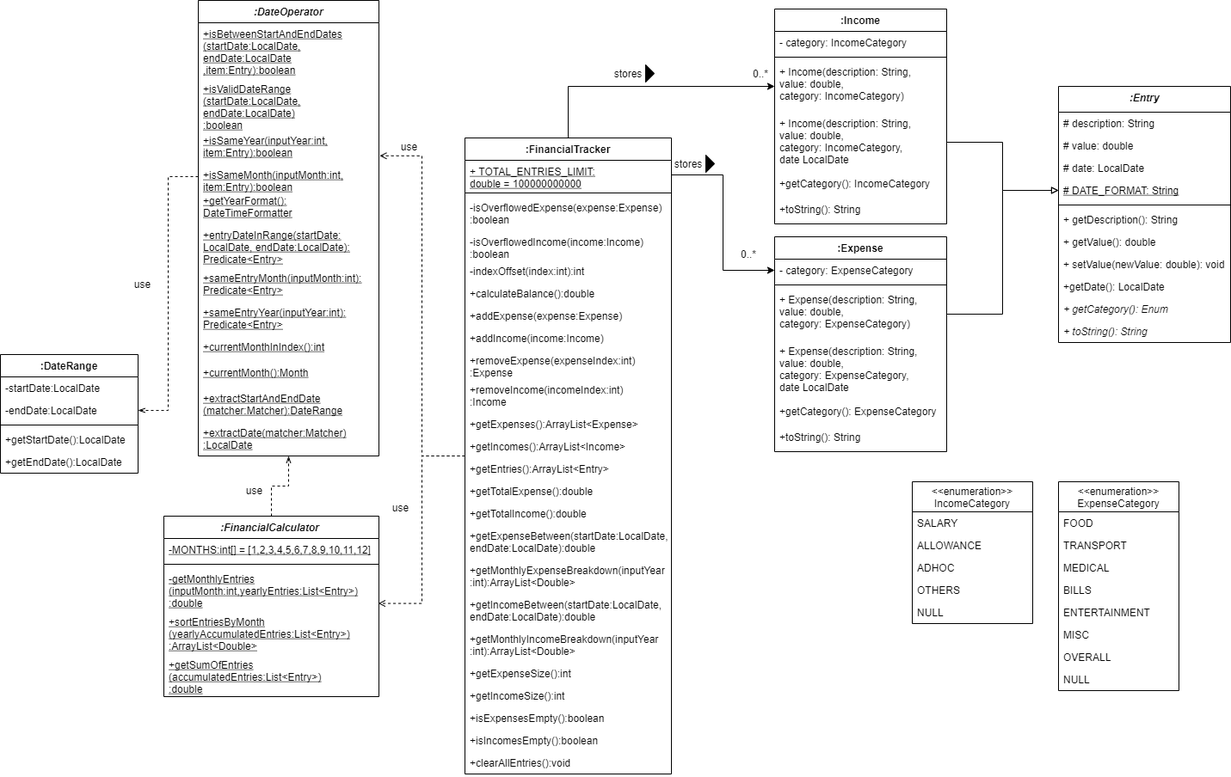
This is docs/FinancialTrackerCD.drawio.png from nus-cs2113-AY2122S1/tp, a draw.io export, as it was before one commit. Source tidied: cells renumbered, new cells last; positions are measured from the earlier drawing's top-left corner, leaving out a move shared by most shapes.
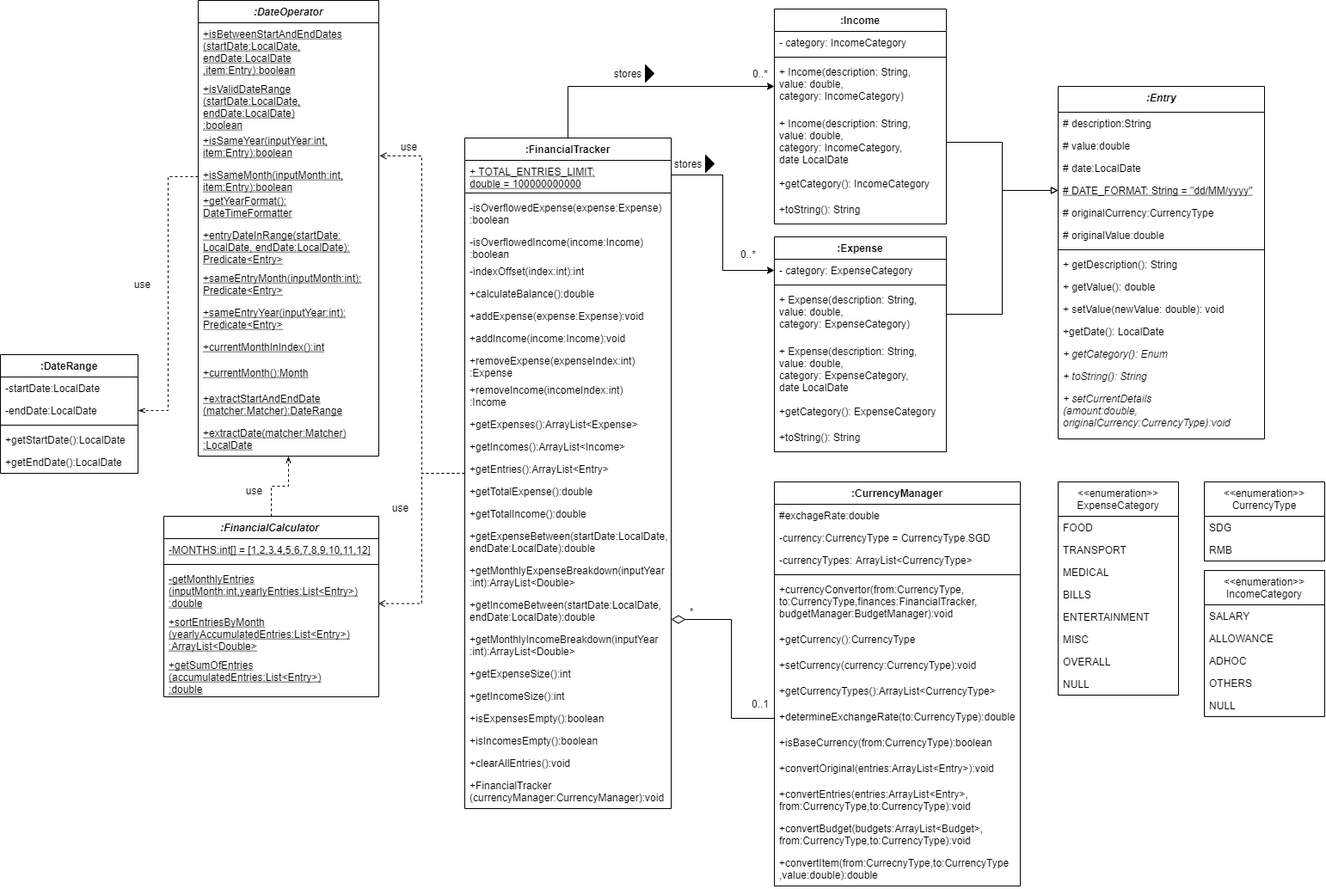
Later version of the same file.

What changed in the source:
```diff
@@ -14,3 +14,3 @@
     <mxCell id="5" value=":FinancialTracker" style="swimlane;fontStyle=1;align=center;verticalAlign=top;horizontal=1;startSize=26;fontColor=none;" parent="1" vertex="1">
-      <mxGeometry x="540" y="160" width="240" height="740" as="geometry" />
+      <mxGeometry x="540" y="160" width="240" height="780" as="geometry" />
     </mxCell>
@@ -34,6 +34,6 @@
     </mxCell>
-    <mxCell id="12" value="+addExpense(expense:Expense)" style="text;strokeColor=none;fillColor=none;align=left;verticalAlign=top;spacingLeft=4;spacingRight=4;overflow=hidden;fontColor=none;" parent="5" vertex="1">
+    <mxCell id="12" value="+addExpense(expense:Expense):void" style="text;strokeColor=none;fillColor=none;align=left;verticalAlign=top;spacingLeft=4;spacingRight=4;overflow=hidden;fontColor=none;" parent="5" vertex="1">
       <mxGeometry y="194" width="240" height="26" as="geometry" />
     </mxCell>
-    <mxCell id="13" value="+addIncome(income:Income)" style="text;strokeColor=none;fillColor=none;align=left;verticalAlign=top;spacingLeft=4;spacingRight=4;overflow=hidden;fontColor=none;" parent="5" vertex="1">
+    <mxCell id="13" value="+addIncome(income:Income):void" style="text;strokeColor=none;fillColor=none;align=left;verticalAlign=top;spacingLeft=4;spacingRight=4;overflow=hidden;fontColor=none;" parent="5" vertex="1">
       <mxGeometry y="220" width="240" height="26" as="geometry" />
@@ -88,2 +88,5 @@
     </mxCell>
+    <mxCell id="111" value="+FinancialTracker&#10;(currencyManager:CurrencyManager):void" style="text;strokeColor=none;fillColor=none;align=left;verticalAlign=top;spacingLeft=4;spacingRight=4;overflow=hidden;fontColor=none;" parent="5" vertex="1">
+      <mxGeometry y="740" width="240" height="40" as="geometry" />
+    </mxCell>
     <mxCell id="30" value=":Expense" style="swimlane;fontStyle=1;align=center;verticalAlign=top;horizontal=1;startSize=26;fontColor=none;" parent="1" vertex="1">
@@ -110,37 +113,46 @@
     <mxCell id="37" value=":Entry" style="swimlane;fontStyle=3;align=center;verticalAlign=top;horizontal=1;startSize=30;fontColor=#000000;" parent="1" vertex="1">
-      <mxGeometry x="1230" y="100" width="200" height="298" as="geometry" />
+      <mxGeometry x="1230" y="100" width="240" height="410" as="geometry" />
     </mxCell>
-    <mxCell id="38" value="# description: String" style="text;strokeColor=none;fillColor=none;align=left;verticalAlign=top;spacingLeft=4;spacingRight=4;overflow=hidden;fontColor=none;" parent="37" vertex="1">
-      <mxGeometry y="30" width="200" height="26" as="geometry" />
+    <mxCell id="38" value="# description:String" style="text;strokeColor=none;fillColor=none;align=left;verticalAlign=top;spacingLeft=4;spacingRight=4;overflow=hidden;fontColor=none;" parent="37" vertex="1">
+      <mxGeometry y="30" width="240" height="26" as="geometry" />
     </mxCell>
-    <mxCell id="39" value="# value: double" style="text;strokeColor=none;fillColor=none;align=left;verticalAlign=top;spacingLeft=4;spacingRight=4;overflow=hidden;fontColor=none;" parent="37" vertex="1">
-      <mxGeometry y="56" width="200" height="26" as="geometry" />
+    <mxCell id="39" value="# value:double" style="text;strokeColor=none;fillColor=none;align=left;verticalAlign=top;spacingLeft=4;spacingRight=4;overflow=hidden;fontColor=none;" parent="37" vertex="1">
+      <mxGeometry y="56" width="240" height="26" as="geometry" />
     </mxCell>
-    <mxCell id="40" value="# date: LocalDate" style="text;strokeColor=none;fillColor=none;align=left;verticalAlign=top;spacingLeft=4;spacingRight=4;overflow=hidden;fontColor=none;" parent="37" vertex="1">
-      <mxGeometry y="82" width="200" height="26" as="geometry" />
+    <mxCell id="40" value="# date:LocalDate" style="text;strokeColor=none;fillColor=none;align=left;verticalAlign=top;spacingLeft=4;spacingRight=4;overflow=hidden;fontColor=none;" parent="37" vertex="1">
+      <mxGeometry y="82" width="240" height="26" as="geometry" />
     </mxCell>
-    <mxCell id="41" value="# DATE_FORMAT: String" style="text;strokeColor=none;fillColor=none;align=left;verticalAlign=top;spacingLeft=4;spacingRight=4;overflow=hidden;points=[[0,0.5],[1,0.5]];portConstraint=eastwest;fontColor=none;fontStyle=4;" parent="37" vertex="1">
-      <mxGeometry y="108" width="200" height="26" as="geometry" />
+    <mxCell id="41" value="# DATE_FORMAT: String = &quot;dd/MM/yyyy&quot;" style="text;strokeColor=none;fillColor=none;align=left;verticalAlign=top;spacingLeft=4;spacingRight=4;overflow=hidden;points=[[0,0.5],[1,0.5]];portConstraint=eastwest;fontColor=none;fontStyle=4;" parent="37" vertex="1">
+      <mxGeometry y="108" width="240" height="26" as="geometry" />
     </mxCell>
+    <mxCell id="112" value="# originalCurrency:CurrencyType" style="text;strokeColor=none;fillColor=none;align=left;verticalAlign=top;spacingLeft=4;spacingRight=4;overflow=hidden;fontColor=none;fontStyle=0;" parent="37" vertex="1">
+      <mxGeometry y="134" width="240" height="26" as="geometry" />
+    </mxCell>
+    <mxCell id="113" value="# originalValue:double" style="text;strokeColor=none;fillColor=none;align=left;verticalAlign=top;spacingLeft=4;spacingRight=4;overflow=hidden;fontColor=none;fontStyle=0;" parent="37" vertex="1">
+      <mxGeometry y="160" width="240" height="26" as="geometry" />
+    </mxCell>
     <mxCell id="42" style="line;strokeWidth=1;fillColor=none;align=left;verticalAlign=middle;spacingTop=-1;spacingLeft=3;spacingRight=3;labelPosition=right;fontColor=none;" parent="37" vertex="1">
-      <mxGeometry y="134" width="200" height="8" as="geometry" />
+      <mxGeometry y="186" width="240" height="8" as="geometry" />
     </mxCell>
     <mxCell id="43" value="+ getDescription(): String" style="text;strokeColor=none;fillColor=none;align=left;verticalAlign=top;spacingLeft=4;spacingRight=4;overflow=hidden;fontColor=none;" parent="37" vertex="1">
-      <mxGeometry y="142" width="200" height="26" as="geometry" />
+      <mxGeometry y="194" width="240" height="26" as="geometry" />
     </mxCell>
     <mxCell id="44" value="+ getValue(): double" style="text;strokeColor=none;fillColor=none;align=left;verticalAlign=top;spacingLeft=4;spacingRight=4;overflow=hidden;fontColor=none;" parent="37" vertex="1">
-      <mxGeometry y="168" width="200" height="26" as="geometry" />
+      <mxGeometry y="220" width="240" height="26" as="geometry" />
     </mxCell>
     <mxCell id="45" value="+ setValue(newValue: double): void" style="text;strokeColor=none;fillColor=none;align=left;verticalAlign=top;spacingLeft=4;spacingRight=4;overflow=hidden;fontColor=none;" parent="37" vertex="1">
-      <mxGeometry y="194" width="200" height="26" as="geometry" />
+      <mxGeometry y="246" width="240" height="26" as="geometry" />
     </mxCell>
     <mxCell id="46" value="+getDate(): LocalDate" style="text;strokeColor=none;fillColor=none;align=left;verticalAlign=top;spacingLeft=4;spacingRight=4;overflow=hidden;fontColor=none;" parent="37" vertex="1">
-      <mxGeometry y="220" width="200" height="26" as="geometry" />
+      <mxGeometry y="272" width="240" height="26" as="geometry" />
     </mxCell>
     <mxCell id="47" value="+ getCategory(): Enum" style="text;strokeColor=none;fillColor=none;align=left;verticalAlign=top;spacingLeft=4;spacingRight=4;overflow=hidden;fontColor=none;fontStyle=2;" parent="37" vertex="1">
-      <mxGeometry y="246" width="200" height="26" as="geometry" />
+      <mxGeometry y="298" width="240" height="26" as="geometry" />
     </mxCell>
     <mxCell id="48" value="+ toString(): String" style="text;strokeColor=none;fillColor=none;align=left;verticalAlign=top;spacingLeft=4;spacingRight=4;overflow=hidden;fontColor=none;fontStyle=2;" parent="37" vertex="1">
-      <mxGeometry y="272" width="200" height="26" as="geometry" />
+      <mxGeometry y="324" width="240" height="26" as="geometry" />
     </mxCell>
+    <mxCell id="114" value="+ setCurrentDetails&#10;(amount:double,&#10;originalCurrency:CurrencyType):void" style="text;strokeColor=none;fillColor=none;align=left;verticalAlign=top;spacingLeft=4;spacingRight=4;overflow=hidden;fontColor=none;fontStyle=2;" parent="37" vertex="1">
+      <mxGeometry y="350" width="240" height="60" as="geometry" />
+    </mxCell>
     <mxCell id="49" style="edgeStyle=orthogonalEdgeStyle;rounded=0;jettySize=auto;html=1;entryX=0;entryY=0.5;entryDx=0;entryDy=0;fontColor=none;endArrow=classic;endFill=1;" parent="1" edge="1" source="6" target="31">
@@ -148,46 +160,46 @@
     </mxCell>
-    <mxCell id="50" value="&lt;&lt;enumeration&gt;&gt;&#10;ExpenseCategory" style="swimlane;fontStyle=0;horizontal=1;startSize=35;fillColor=none;fontColor=none;" parent="1" vertex="1">
-      <mxGeometry x="1230" y="560" width="140" height="243" as="geometry" />
+    <mxCell id="50" value="&lt;&lt;enumeration&gt;&gt;&#10;ExpenseCategory" style="swimlane;fontStyle=0;horizontal=1;startSize=40;fillColor=none;fontColor=none;" parent="1" vertex="1">
+      <mxGeometry x="1230" y="560" width="140" height="248" as="geometry" />
     </mxCell>
     <mxCell id="51" value="FOOD" style="text;strokeColor=none;fillColor=none;align=left;verticalAlign=top;spacingLeft=4;spacingRight=4;overflow=hidden;fontColor=none;" parent="50" vertex="1">
-      <mxGeometry y="35" width="140" height="26" as="geometry" />
+      <mxGeometry y="40" width="140" height="26" as="geometry" />
     </mxCell>
     <mxCell id="52" value="TRANSPORT" style="text;strokeColor=none;fillColor=none;align=left;verticalAlign=top;spacingLeft=4;spacingRight=4;overflow=hidden;fontColor=none;" parent="50" vertex="1">
-      <mxGeometry y="61" width="140" height="26" as="geometry" />
+      <mxGeometry y="66" width="140" height="26" as="geometry" />
     </mxCell>
     <mxCell id="53" value="MEDICAL" style="text;strokeColor=none;fillColor=none;align=left;verticalAlign=top;spacingLeft=4;spacingRight=4;overflow=hidden;fontColor=none;" parent="50" vertex="1">
-      <mxGeometry y="87" width="140" height="26" as="geometry" />
+      <mxGeometry y="92" width="140" height="26" as="geometry" />
     </mxCell>
     <mxCell id="54" value="BILLS" style="text;strokeColor=none;fillColor=none;align=left;verticalAlign=top;spacingLeft=4;spacingRight=4;overflow=hidden;fontColor=none;" parent="50" vertex="1">
-      <mxGeometry y="113" width="140" height="26" as="geometry" />
+      <mxGeometry y="118" width="140" height="26" as="geometry" />
     </mxCell>
     <mxCell id="55" value="ENTERTAINMENT" style="text;strokeColor=none;fillColor=none;align=left;verticalAlign=top;spacingLeft=4;spacingRight=4;overflow=hidden;fontColor=none;" parent="50" vertex="1">
-      <mxGeometry y="139" width="140" height="26" as="geometry" />
+      <mxGeometry y="144" width="140" height="26" as="geometry" />
     </mxCell>
     <mxCell id="56" value="MISC" style="text;strokeColor=none;fillColor=none;align=left;verticalAlign=top;spacingLeft=4;spacingRight=4;overflow=hidden;fontColor=none;" parent="50" vertex="1">
-      <mxGeometry y="165" width="140" height="26" as="geometry" />
+      <mxGeometry y="170" width="140" height="26" as="geometry" />
     </mxCell>
     <mxCell id="57" value="OVERALL" style="text;strokeColor=none;fillColor=none;align=left;verticalAlign=top;spacingLeft=4;spacingRight=4;overflow=hidden;fontColor=none;" parent="50" vertex="1">
-      <mxGeometry y="191" width="140" height="26" as="geometry" />
+      <mxGeometry y="196" width="140" height="26" as="geometry" />
     </mxCell>
     <mxCell id="58" value="NULL" style="text;strokeColor=none;fillColor=none;align=left;verticalAlign=top;spacingLeft=4;spacingRight=4;overflow=hidden;fontColor=none;" parent="50" vertex="1">
-      <mxGeometry y="217" width="140" height="26" as="geometry" />
+      <mxGeometry y="222" width="140" height="26" as="geometry" />
     </mxCell>
-    <mxCell id="59" value="&lt;&lt;enumeration&gt;&gt;&#10;IncomeCategory" style="swimlane;fontStyle=0;horizontal=1;startSize=35;fillColor=none;fontColor=none;" parent="1" vertex="1">
-      <mxGeometry x="1060" y="560" width="140" height="165" as="geometry" />
+    <mxCell id="59" value="&lt;&lt;enumeration&gt;&gt;&#10;IncomeCategory" style="swimlane;fontStyle=0;horizontal=1;startSize=40;fillColor=none;fontColor=none;" parent="1" vertex="1">
+      <mxGeometry x="1400" y="663" width="140" height="170" as="geometry" />
     </mxCell>
     <mxCell id="60" value="SALARY" style="text;strokeColor=none;fillColor=none;align=left;verticalAlign=top;spacingLeft=4;spacingRight=4;overflow=hidden;fontColor=none;" parent="59" vertex="1">
-      <mxGeometry y="35" width="140" height="26" as="geometry" />
+      <mxGeometry y="40" width="140" height="26" as="geometry" />
     </mxCell>
     <mxCell id="61" value="ALLOWANCE" style="text;strokeColor=none;fillColor=none;align=left;verticalAlign=top;spacingLeft=4;spacingRight=4;overflow=hidden;fontColor=none;" parent="59" vertex="1">
-      <mxGeometry y="61" width="140" height="26" as="geometry" />
+      <mxGeometry y="66" width="140" height="26" as="geometry" />
     </mxCell>
     <mxCell id="62" value="ADHOC" style="text;strokeColor=none;fillColor=none;align=left;verticalAlign=top;spacingLeft=4;spacingRight=4;overflow=hidden;fontColor=none;" parent="59" vertex="1">
-      <mxGeometry y="87" width="140" height="26" as="geometry" />
+      <mxGeometry y="92" width="140" height="26" as="geometry" />
     </mxCell>
     <mxCell id="63" value="OTHERS" style="text;strokeColor=none;fillColor=none;align=left;verticalAlign=top;spacingLeft=4;spacingRight=4;overflow=hidden;fontColor=none;" parent="59" vertex="1">
-      <mxGeometry y="113" width="140" height="26" as="geometry" />
+      <mxGeometry y="118" width="140" height="26" as="geometry" />
     </mxCell>
     <mxCell id="64" value="NULL" style="text;strokeColor=none;fillColor=none;align=left;verticalAlign=top;spacingLeft=4;spacingRight=4;overflow=hidden;fontColor=none;" parent="59" vertex="1">
-      <mxGeometry y="139" width="140" height="26" as="geometry" />
+      <mxGeometry y="144" width="140" height="26" as="geometry" />
     </mxCell>
@@ -331,2 +343,69 @@
     </mxCell>
+    <mxCell id="115" value=":CurrencyManager" style="swimlane;fontStyle=1;align=center;verticalAlign=top;horizontal=1;startSize=26;" parent="1" vertex="1">
+      <mxGeometry x="900" y="560" width="286" height="470" as="geometry" />
+    </mxCell>
+    <mxCell id="116" value="#exchageRate:double" style="text;strokeColor=none;fillColor=none;align=left;verticalAlign=top;spacingLeft=4;spacingRight=4;overflow=hidden;" parent="115" vertex="1">
+      <mxGeometry y="26" width="286" height="26" as="geometry" />
+    </mxCell>
+    <mxCell id="117" value="-currency:CurrencyType = CurrencyType.SGD" style="text;strokeColor=none;fillColor=none;align=left;verticalAlign=top;spacingLeft=4;spacingRight=4;overflow=hidden;" parent="115" vertex="1">
+      <mxGeometry y="52" width="286" height="26" as="geometry" />
+    </mxCell>
+    <mxCell id="118" value="-currencyTypes: ArrayList&lt;CurrencyType&gt;" style="text;strokeColor=none;fillColor=none;align=left;verticalAlign=top;spacingLeft=4;spacingRight=4;overflow=hidden;" parent="115" vertex="1">
+      <mxGeometry y="78" width="286" height="26" as="geometry" />
+    </mxCell>
+    <mxCell id="119" style="line;strokeWidth=1;fillColor=none;align=left;verticalAlign=middle;spacingTop=-1;spacingLeft=3;spacingRight=3;labelPosition=right;" parent="115" vertex="1">
+      <mxGeometry y="104" width="286" height="8" as="geometry" />
+    </mxCell>
+    <mxCell id="120" value="+currencyConvertor(from:CurrencyType,&#10;to:CurrencyType,finances:FinancialTracker,&#10;budgetManager:BudgetManager):void" style="text;strokeColor=none;fillColor=none;align=left;verticalAlign=top;spacingLeft=4;spacingRight=4;overflow=hidden;" parent="115" vertex="1">
+      <mxGeometry y="112" width="286" height="58" as="geometry" />
+    </mxCell>
+    <mxCell id="121" value="+getCurrency():CurrencyType" style="text;strokeColor=none;fillColor=none;align=left;verticalAlign=top;spacingLeft=4;spacingRight=4;overflow=hidden;" parent="115" vertex="1">
+      <mxGeometry y="170" width="286" height="30" as="geometry" />
+    </mxCell>
+    <mxCell id="122" value="+setCurrency(currency:CurrencyType):void" style="text;strokeColor=none;fillColor=none;align=left;verticalAlign=top;spacingLeft=4;spacingRight=4;overflow=hidden;" parent="115" vertex="1">
+      <mxGeometry y="200" width="286" height="30" as="geometry" />
+    </mxCell>
+    <mxCell id="123" value="+getCurrencyTypes():ArrayList&lt;CurrencyType&gt;" style="text;strokeColor=none;fillColor=none;align=left;verticalAlign=top;spacingLeft=4;spacingRight=4;overflow=hidden;" parent="115" vertex="1">
+      <mxGeometry y="230" width="286" height="30" as="geometry" />
+    </mxCell>
+    <mxCell id="124" value="+determineExchangeRate(to:CurrencyType):double" style="text;strokeColor=none;fillColor=none;align=left;verticalAlign=top;spacingLeft=4;spacingRight=4;overflow=hidden;" parent="115" vertex="1">
+      <mxGeometry y="260" width="286" height="30" as="geometry" />
+    </mxCell>
+    <mxCell id="125" value="+isBaseCurrency(from:CurrencyType):boolean" style="text;strokeColor=none;fillColor=none;align=left;verticalAlign=top;spacingLeft=4;spacingRight=4;overflow=hidden;" parent="115" vertex="1">
+      <mxGeometry y="290" width="286" height="30" as="geometry" />
+    </mxCell>
+    <mxCell id="126" value="+convertOriginal(entries:ArrayList&lt;Entry&gt;):void" style="text;strokeColor=none;fillColor=none;align=left;verticalAlign=top;spacingLeft=4;spacingRight=4;overflow=hidden;" parent="115" vertex="1">
+      <mxGeometry y="320" width="286" height="30" as="geometry" />
+    </mxCell>
+    <mxCell id="127" value="+convertEntries(entries:ArrayList&lt;Entry&gt;,&#10;from:CurrencyType,to:CurrencyType):void" style="text;strokeColor=none;fillColor=none;align=left;verticalAlign=top;spacingLeft=4;spacingRight=4;overflow=hidden;" parent="115" vertex="1">
+      <mxGeometry y="350" width="286" height="40" as="geometry" />
+    </mxCell>
+    <mxCell id="128" value="+convertBudget(budgets:ArrayList&lt;Budget&gt;,&#10;from:CurrencyType,to:CurrencyType):void" style="text;strokeColor=none;fillColor=none;align=left;verticalAlign=top;spacingLeft=4;spacingRight=4;overflow=hidden;" parent="115" vertex="1">
+      <mxGeometry y="390" width="286" height="40" as="geometry" />
+    </mxCell>
+    <mxCell id="129" value="+convertItem(from:CurrecnyType,to:CurrencyType&#10;,value:double):double" style="text;strokeColor=none;fillColor=none;align=left;verticalAlign=top;spacingLeft=4;spacingRight=4;overflow=hidden;" parent="115" vertex="1">
+      <mxGeometry y="430" width="286" height="40" as="geometry" />
+    </mxCell>
+    <mxCell id="130" value="0..1" style="text;html=1;strokeColor=none;fillColor=none;align=center;verticalAlign=middle;whiteSpace=wrap;rounded=0;" parent="1" vertex="1">
+      <mxGeometry x="854" y="803" width="60" height="30" as="geometry" />
+    </mxCell>
+    <mxCell id="131" value="*" style="endArrow=none;html=1;endSize=12;startArrow=diamondThin;startSize=14;startFill=0;edgeStyle=orthogonalEdgeStyle;align=left;verticalAlign=bottom;rounded=0;endFill=0;" parent="1" edge="1">
+      <mxGeometry x="-0.84" relative="1" as="geometry">
+        <mxPoint x="780" y="720" as="sourcePoint" />
+        <mxPoint x="900" y="860" as="targetPoint" />
+        <Array as="points">
+          <mxPoint x="850" y="720" />
+          <mxPoint x="850" y="835" />
+        </Array>
+      </mxGeometry>
+    </mxCell>
+    <mxCell id="132" value="&lt;&lt;enumeration&gt;&gt;&#10;CurrencyType" style="swimlane;fontStyle=0;horizontal=1;startSize=40;fillColor=none;" parent="1" vertex="1">
+      <mxGeometry x="1400" y="560" width="140" height="92" as="geometry" />
+    </mxCell>
+    <mxCell id="133" value="SDG" style="text;strokeColor=none;fillColor=none;align=left;verticalAlign=top;spacingLeft=4;spacingRight=4;overflow=hidden;" parent="132" vertex="1">
+      <mxGeometry y="40" width="140" height="26" as="geometry" />
+    </mxCell>
+    <mxCell id="134" value="RMB" style="text;strokeColor=none;fillColor=none;align=left;verticalAlign=top;spacingLeft=4;spacingRight=4;overflow=hidden;" parent="132" vertex="1">
+      <mxGeometry y="66" width="140" height="26" as="geometry" />
+    </mxCell>
   </root>
```
